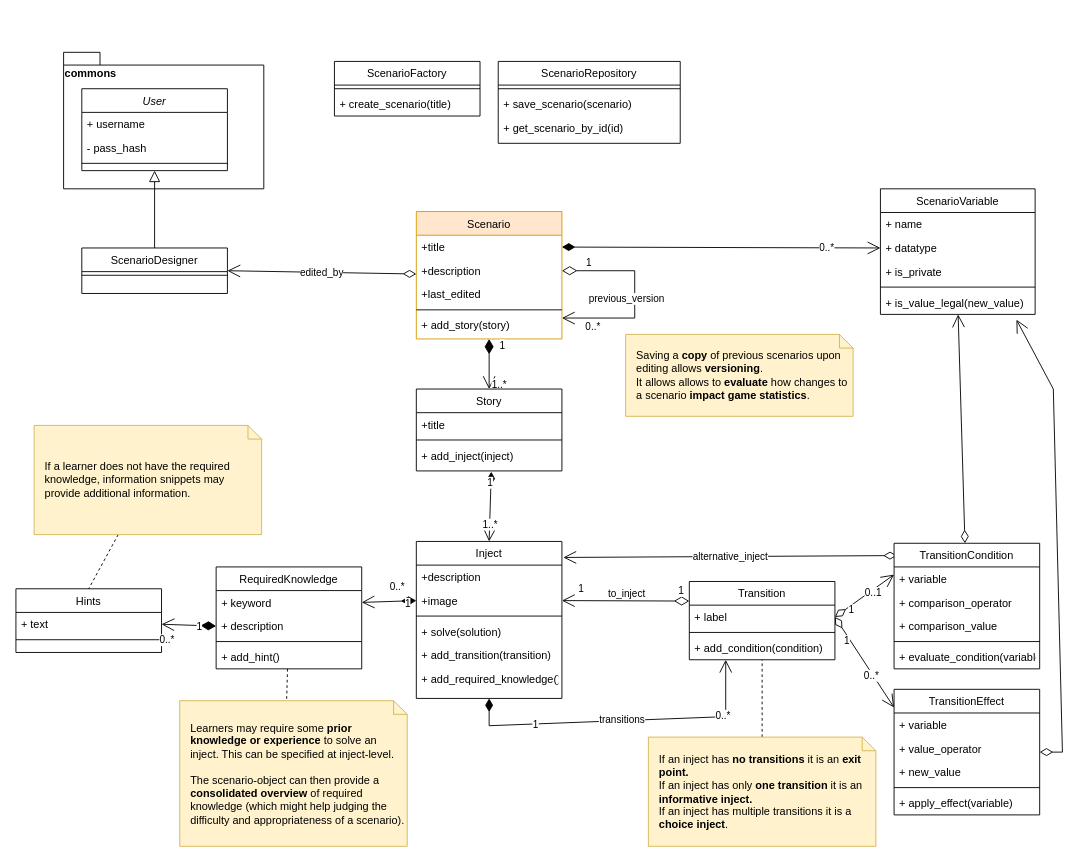
Elias-Ladenburger/CSEP keeps this draw.io diagram as page "Scenario_Design" (1 of 6) of artefacts/static_view/class diagram.drawio. Above is the earlier version. Source tidied: cells renumbered, new cells numbered last; positions are measured from the earlier drawing's top-left corner, leaving out a move shared by most shapes. Both pictures are drawn from the tidied source at 91%, with x=0, y=0 at pixel (15, 52).
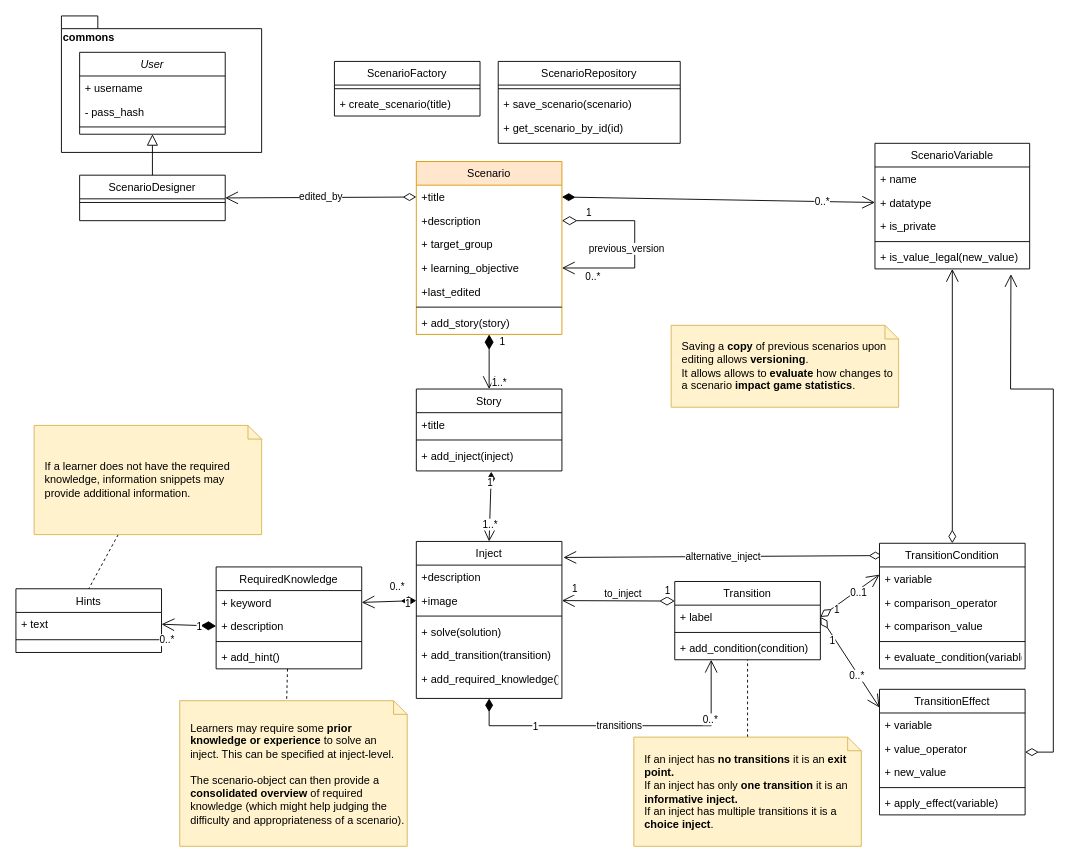
After the change.

Unchanged cells that the change refers to:
```xml
<mxCell id="4" value="+title" style="text;align=left;verticalAlign=top;spacingLeft=4;spacingRight=4;overflow=hidden;points=[[0,0.5],[1,0.5]];portConstraint=eastwest;" parent="3" vertex="1">
  <mxGeometry y="26" width="160" height="26" as="geometry" />
</mxCell>
<mxCell id="15" value="Inject" style="swimlane;fontStyle=0;align=center;verticalAlign=top;horizontal=1;startSize=26;rounded=0;shadow=0;strokeWidth=1;" parent="1" vertex="1">
  <mxGeometry x="440" y="537.5" width="160" height="172.5" as="geometry" />
</mxCell>
<mxCell id="54" value="+ is_value_legal(new_value)" style="text;align=left;verticalAlign=top;spacingLeft=4;spacingRight=4;overflow=hidden;points=[[0,0.5],[1,0.5]];portConstraint=eastwest;rounded=0;shadow=0;html=0;" parent="49" vertex="1">
  <mxGeometry y="112" width="170" height="26" as="geometry" />
</mxCell>
```

What changed in the source:
```diff
@@
-    <mxCell id="2" value="edited_by" style="edgeStyle=none;rounded=0;jettySize=auto;html=1;entryX=1;entryY=0.5;entryDx=0;entryDy=0;startArrow=diamondThin;startFill=0;endArrow=open;endFill=0;startSize=12;endSize=12;" parent="1" edge="1" source="3" target="38">
+    <mxCell id="2" value="edited_by" style="edgeStyle=none;rounded=0;jettySize=auto;html=1;entryX=1;entryY=0.5;entryDx=0;entryDy=0;startArrow=diamondThin;startFill=0;endArrow=open;endFill=0;startSize=12;endSize=12;exitX=0;exitY=0.5;exitDx=0;exitDy=0;" parent="1" edge="1" source="4" target="38">
       <mxGeometry relative="1" as="geometry" />
     </mxCell>
     <mxCell id="3" value="Scenario" style="swimlane;fontStyle=0;align=center;verticalAlign=top;horizontal=1;startSize=26;rounded=0;shadow=0;strokeWidth=1;fillColor=#ffe6cc;strokeColor=#d79b00;" parent="1" vertex="1">
-      <mxGeometry x="440" y="175" width="160" height="140" as="geometry" />
+      <mxGeometry x="440" y="120" width="160" height="190" as="geometry" />
     </mxCell>
@@
+    <mxCell id="98" value="+ target_group" style="text;align=left;verticalAlign=top;spacingLeft=4;spacingRight=4;overflow=hidden;rounded=0;shadow=0;html=0;" parent="3" vertex="1">
+      <mxGeometry y="78" width="160" height="26" as="geometry" />
+    </mxCell>
+    <mxCell id="99" value="+ learning_objective" style="text;align=left;verticalAlign=top;spacingLeft=4;spacingRight=4;overflow=hidden;rounded=0;shadow=0;html=0;" parent="3" vertex="1">
+      <mxGeometry y="104" width="160" height="26" as="geometry" />
+    </mxCell>
     <mxCell id="6" value="+last_edited" style="text;align=left;verticalAlign=top;spacingLeft=4;spacingRight=4;overflow=hidden;rounded=0;shadow=0;html=0;" parent="3" vertex="1">
-      <mxGeometry y="78" width="160" height="26" as="geometry" />
+      <mxGeometry y="130" width="160" height="26" as="geometry" />
     </mxCell>
     <mxCell id="7" style="line;html=1;strokeWidth=1;align=left;verticalAlign=middle;spacingTop=-1;spacingLeft=3;spacingRight=3;labelPosition=right;" parent="3" vertex="1">
-      <mxGeometry y="104" width="160" height="8" as="geometry" />
+      <mxGeometry y="156" width="160" height="8" as="geometry" />
     </mxCell>
@@
     <mxCell id="11" value="+ add_story(story)" style="text;align=left;verticalAlign=top;spacingLeft=4;spacingRight=4;overflow=hidden;" parent="3" vertex="1">
-      <mxGeometry y="112" width="160" height="26" as="geometry" />
+      <mxGeometry y="164" width="160" height="26" as="geometry" />
     </mxCell>
     <mxCell id="12" value="transitions" style="edgeStyle=none;rounded=0;jettySize=auto;html=1;entryX=0.25;entryY=1;entryDx=0;entryDy=0;startArrow=diamondThin;startFill=1;endArrow=open;endFill=0;startSize=12;endSize=12;" parent="1" edge="1" source="15" target="24">
       <mxGeometry relative="1" as="geometry">
         <Array as="points">
           <mxPoint x="520" y="740" />
-          <mxPoint x="780" y="730" />
+          <mxPoint x="764" y="740" />
         </Array>
       </mxGeometry>
     </mxCell>
@@
     <mxCell id="24" value="Transition" style="swimlane;fontStyle=0;align=center;verticalAlign=top;horizontal=1;startSize=26;rounded=0;shadow=0;strokeWidth=1;" parent="1" vertex="1">
-      <mxGeometry x="740" y="581.5" width="160" height="86" as="geometry" />
+      <mxGeometry x="724" y="581.5" width="160" height="86" as="geometry" />
     </mxCell>
@@
     <mxCell id="38" value="ScenarioDesigner" style="swimlane;fontStyle=0;align=center;verticalAlign=top;horizontal=1;startSize=26;rounded=0;shadow=0;strokeWidth=1;" parent="1" vertex="1">
-      <mxGeometry x="72.4" y="215" width="160" height="50" as="geometry" />
+      <mxGeometry x="70" y="135" width="160" height="50" as="geometry" />
     </mxCell>
@@
     <mxCell id="40" value="commons" style="shape=folder;fontStyle=1;spacingTop=10;tabWidth=40;tabHeight=14;tabPosition=left;html=1;verticalAlign=top;align=left;" parent="1" vertex="1">
-      <mxGeometry x="52.4" width="220" height="150" as="geometry" />
+      <mxGeometry x="50" y="-40" width="220" height="150" as="geometry" />
     </mxCell>
@@
     <mxCell id="42" value="User" style="swimlane;fontStyle=2;align=center;verticalAlign=top;horizontal=1;startSize=26;rounded=0;shadow=0;strokeWidth=1;" parent="1" vertex="1">
-      <mxGeometry x="72.4" y="40" width="160" height="90" as="geometry" />
+      <mxGeometry x="70" width="160" height="90" as="geometry" />
     </mxCell>
@@
     <mxCell id="47" value="&lt;div&gt;If an inject has &lt;b&gt;no transitions&lt;/b&gt; it is an &lt;b&gt;exit point.&lt;/b&gt;&lt;/div&gt;&lt;div&gt;If an inject has only &lt;b&gt;one transition &lt;/b&gt;it is an &lt;b&gt;informative inject.&lt;/b&gt;&lt;/div&gt;&lt;div&gt;If an inject has multiple transitions it is a &lt;b&gt;choice inject&lt;/b&gt;.&lt;br&gt;&lt;b&gt;&lt;/b&gt;&lt;/div&gt;" style="shape=note;size=15;align=left;spacingLeft=10;html=1;whiteSpace=wrap;fillColor=#fff2cc;strokeColor=#d6b656;" parent="1" vertex="1">
-      <mxGeometry x="695" y="752.5" width="250" height="120" as="geometry" />
+      <mxGeometry x="679" y="752.5" width="250" height="120" as="geometry" />
     </mxCell>
     <mxCell id="48" value="&lt;div&gt;Saving a &lt;b&gt;copy&lt;/b&gt; of previous scenarios upon editing allows &lt;b&gt;versioning&lt;/b&gt;. &lt;br&gt;&lt;/div&gt;&lt;div&gt;It allows allows to &lt;b&gt;evaluate&lt;/b&gt; how changes to a scenario &lt;b&gt;impact game statistics&lt;/b&gt;.&lt;/div&gt;" style="shape=note;size=15;align=left;spacingLeft=10;html=1;whiteSpace=wrap;fillColor=#fff2cc;strokeColor=#d6b656;" parent="1" vertex="1">
-      <mxGeometry x="670" y="310" width="250" height="90" as="geometry" />
+      <mxGeometry x="720" y="300" width="250" height="90" as="geometry" />
     </mxCell>
     <mxCell id="49" value="ScenarioVariable" style="swimlane;fontStyle=0;align=center;verticalAlign=top;horizontal=1;startSize=26;rounded=0;shadow=0;strokeWidth=1;" parent="1" vertex="1">
-      <mxGeometry x="950" y="150" width="170" height="138" as="geometry" />
+      <mxGeometry x="944" y="100" width="170" height="138" as="geometry" />
     </mxCell>
@@
     <mxCell id="73" value="TransitionCondition" style="swimlane;fontStyle=0;align=center;verticalAlign=top;horizontal=1;startSize=26;rounded=0;shadow=0;strokeWidth=1;" parent="1" vertex="1">
-      <mxGeometry x="965" y="539.5" width="160" height="138" as="geometry" />
+      <mxGeometry x="949" y="539.5" width="160" height="138" as="geometry" />
     </mxCell>
@@
     <mxCell id="81" value="TransitionEffect" style="swimlane;fontStyle=0;align=center;verticalAlign=top;horizontal=1;startSize=26;rounded=0;shadow=0;strokeWidth=1;" parent="1" vertex="1">
-      <mxGeometry x="965" y="700" width="160" height="138" as="geometry" />
+      <mxGeometry x="949" y="700" width="160" height="138" as="geometry" />
     </mxCell>
@@
     <mxCell id="97" style="edgeStyle=none;rounded=0;jettySize=auto;html=1;entryX=0.879;entryY=1.221;entryDx=0;entryDy=0;entryPerimeter=0;startArrow=diamondThin;startFill=0;endArrow=open;endFill=0;startSize=12;endSize=12;exitX=1;exitY=0.5;exitDx=0;exitDy=0;" parent="1" edge="1" source="81" target="54">
       <mxGeometry relative="1" as="geometry">
         <Array as="points">
-          <mxPoint x="1150" y="769" />
+          <mxPoint x="1140" y="769" />
           <mxPoint x="1140" y="370" />
+          <mxPoint x="1093" y="370" />
         </Array>
       </mxGeometry>
     </mxCell>
```
